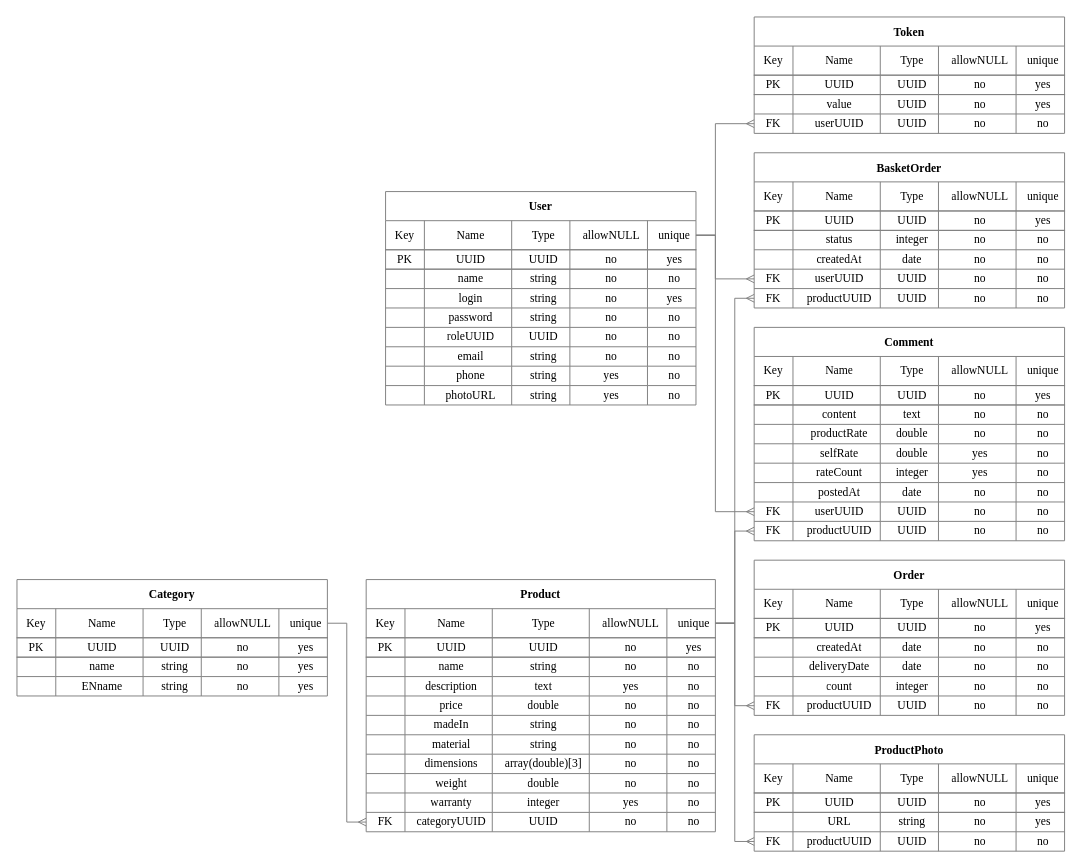
chidleev/MyRoom2 keeps this draw.io diagram as other/db.drawio. Above is the earlier version. Source tidied: cells renumbered, new cells numbered last; positions are measured from the earlier drawing's top-left corner, leaving out a move shared by most shapes. Both pictures are drawn from the tidied source at 97%, with x=0, y=0 at pixel (16, 16).
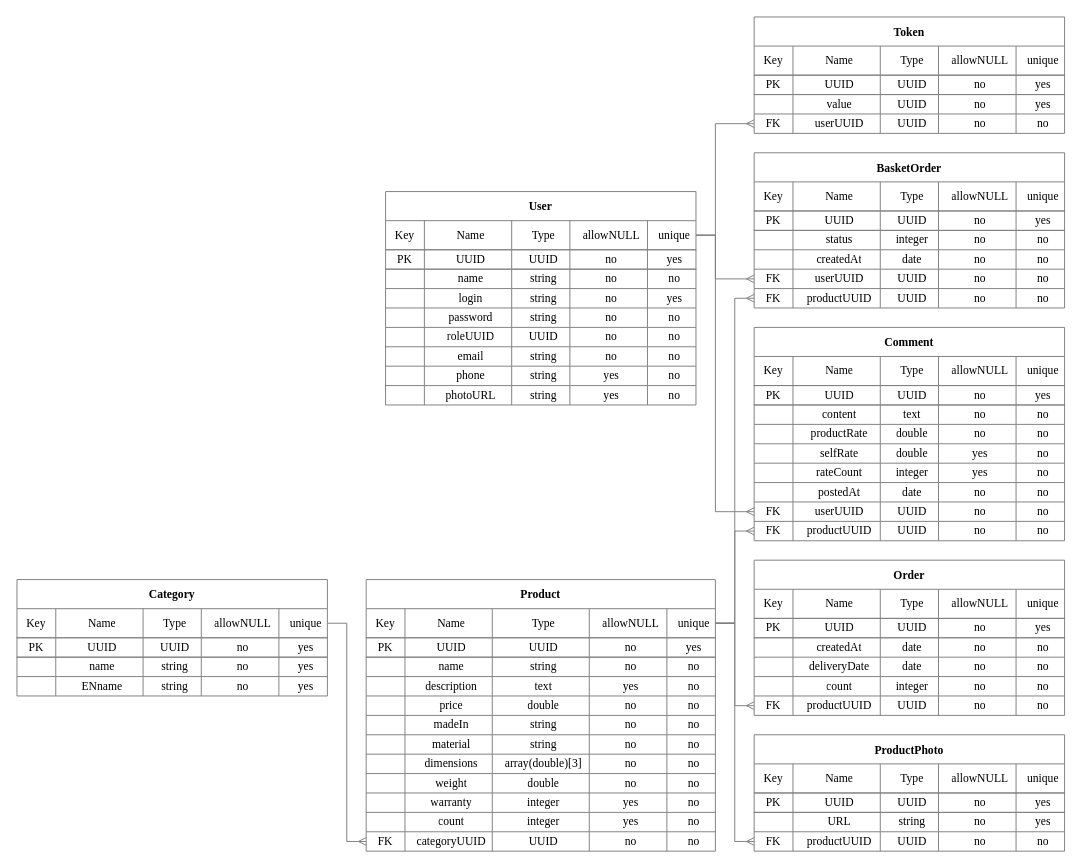
After the change.

Diff of the diagram source:
```diff
@@
     <mxCell id="176" value="Product" style="shape=table;startSize=30;childLayout=tableLayout;rowLines=1;fontStyle=1;align=center;rounded=0;shadow=0;glass=0;sketch=0;fillColor=#ffffff;strokeColor=#808080;fontFamily=Times New Roman;labelBackgroundColor=none;" parent="1" vertex="1">
-      <mxGeometry x="360" y="580" width="360" height="260" as="geometry" />
+      <mxGeometry x="360" y="580" width="360" height="280" as="geometry" />
     </mxCell>
@@
+    <mxCell id="336" style="shape=partialRectangle;html=1;whiteSpace=wrap;fillColor=none;top=0;left=0;bottom=0;right=0;rounded=0;shadow=0;glass=0;sketch=0;align=center;fontFamily=Times New Roman;labelBackgroundColor=none;strokeColor=#808080;" parent="176" vertex="1">
+      <mxGeometry y="240" width="360" height="20" as="geometry" />
+    </mxCell>
+    <mxCell id="337" style="shape=partialRectangle;html=1;whiteSpace=wrap;fillColor=none;top=0;left=0;bottom=0;right=0;overflow=hidden;rounded=0;shadow=0;glass=0;sketch=0;align=center;fontFamily=Times New Roman;labelBackgroundColor=none;strokeColor=#808080;" parent="336" vertex="1">
+      <mxGeometry width="40" height="20" as="geometry" />
+    </mxCell>
+    <mxCell id="338" value="count" style="shape=partialRectangle;html=1;whiteSpace=wrap;fillColor=none;top=0;left=0;bottom=0;right=0;align=center;spacingLeft=6;overflow=hidden;rounded=0;shadow=0;glass=0;sketch=0;fontFamily=Times New Roman;labelBackgroundColor=none;strokeColor=#808080;" parent="336" vertex="1">
+      <mxGeometry x="40" width="90" height="20" as="geometry" />
+    </mxCell>
+    <mxCell id="339" value="integer" style="shape=partialRectangle;html=1;whiteSpace=wrap;fillColor=none;top=0;left=0;bottom=0;right=0;align=center;spacingLeft=6;overflow=hidden;rounded=0;shadow=0;glass=0;sketch=0;fontFamily=Times New Roman;labelBackgroundColor=none;strokeColor=#808080;" parent="336" vertex="1">
+      <mxGeometry x="130" width="100" height="20" as="geometry" />
+    </mxCell>
+    <mxCell id="340" value="yes" style="shape=partialRectangle;html=1;whiteSpace=wrap;fillColor=none;top=0;left=0;bottom=0;right=0;align=center;spacingLeft=6;overflow=hidden;rounded=0;shadow=0;glass=0;sketch=0;fontFamily=Times New Roman;labelBackgroundColor=none;strokeColor=#808080;" parent="336" vertex="1">
+      <mxGeometry x="230" width="80" height="20" as="geometry" />
+    </mxCell>
+    <mxCell id="341" value="no" style="shape=partialRectangle;html=1;whiteSpace=wrap;fillColor=none;top=0;left=0;bottom=0;right=0;align=center;spacingLeft=6;overflow=hidden;rounded=0;shadow=0;glass=0;sketch=0;fontFamily=Times New Roman;labelBackgroundColor=none;strokeColor=#808080;" parent="336" vertex="1">
+      <mxGeometry x="310" width="50" height="20" as="geometry" />
+    </mxCell>
     <mxCell id="237" style="shape=partialRectangle;html=1;whiteSpace=wrap;fillColor=none;top=0;left=0;bottom=0;right=0;points=[[0,0.5],[1,0.5]];portConstraint=eastwest;rounded=0;shadow=0;glass=0;sketch=0;align=center;fontFamily=Times New Roman;labelBackgroundColor=none;strokeColor=#808080;" parent="176" vertex="1">
-      <mxGeometry y="240" width="360" height="20" as="geometry" />
+      <mxGeometry y="260" width="360" height="20" as="geometry" />
     </mxCell>
```
